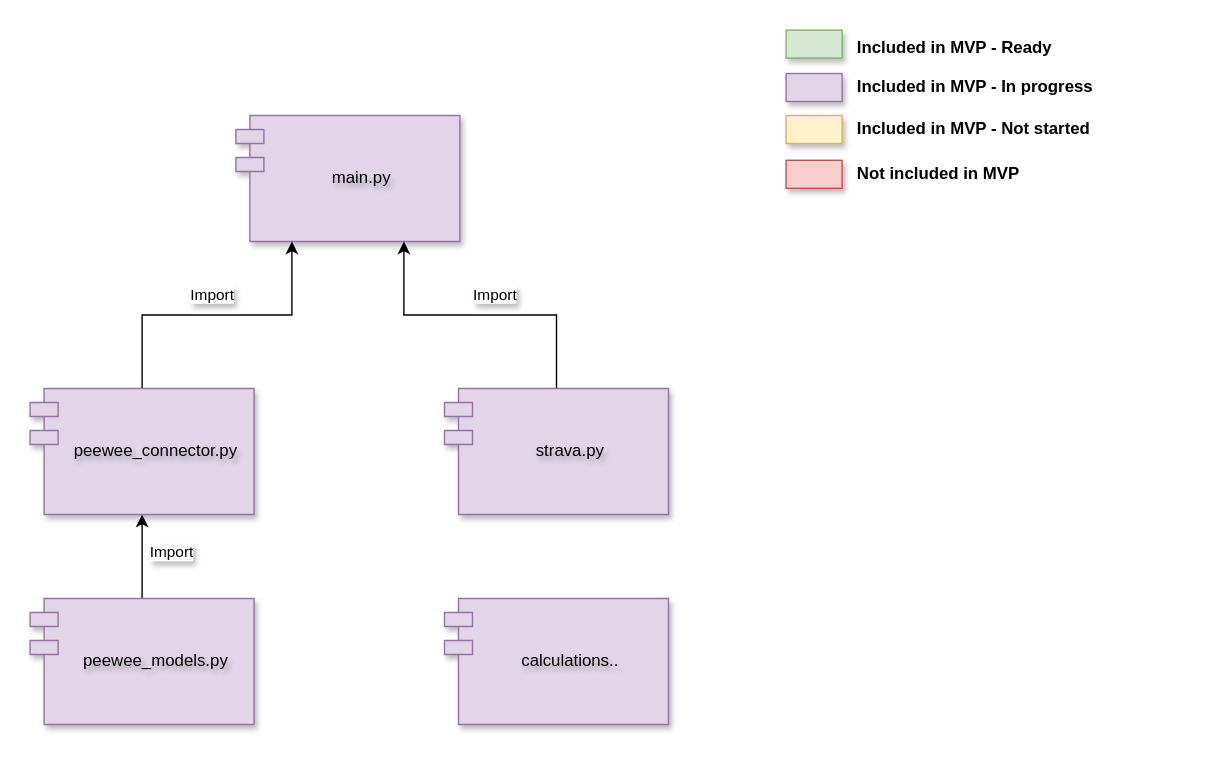
Earlier version of the draw.io diagram page "Modules" (2 of 6) of docs/all_diagrams.drawio (xivind/velo-supervisor-2000). Source tidied: cells renumbered, new cells numbered last; positions are measured from the earlier drawing's top-left corner, leaving out a move shared by most shapes. Both pictures are drawn from the tidied source at 140%, with x=0, y=0 at pixel (29, 27).
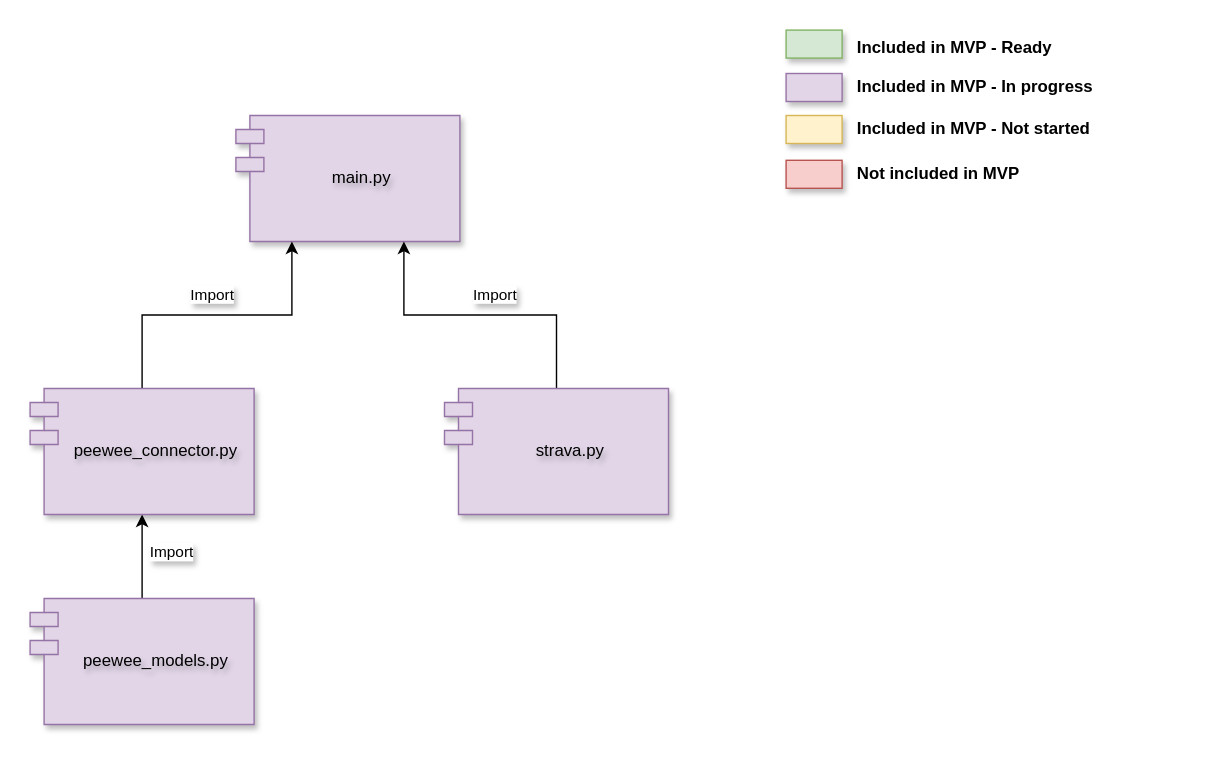
The same diagram, later.

Diff of the diagram source:
```diff
@@
-    <mxCell id="21" value="calculations.." style="shape=module;align=left;spacingLeft=20;align=center;verticalAlign=middle;whiteSpace=wrap;html=1;fillColor=#e1d5e7;strokeColor=#9673a6;textShadow=1;shadow=1;" parent="1" vertex="1">
-      <mxGeometry x="296" y="408" width="160" height="90" as="geometry" />
-    </mxCell>
```
